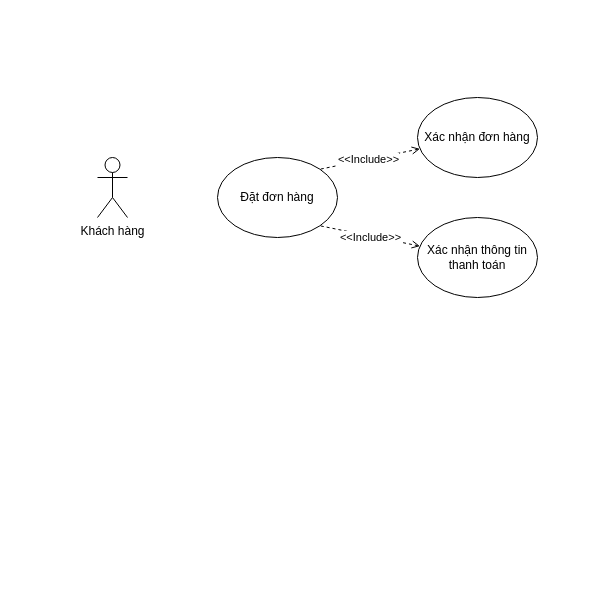
The draw.io diagram page "QuanLyDonHang" (3 of 10) of usecase.drawio in QuangHuy2201/FinalProject-Diagrams, before the edit. Source tidied: cells renumbered, new cells numbered last; positions are measured from the earlier drawing's top-left corner, leaving out a move shared by most shapes. Both pictures are drawn from the tidied source at 100%, with x=0, y=0 at pixel (97, 97).
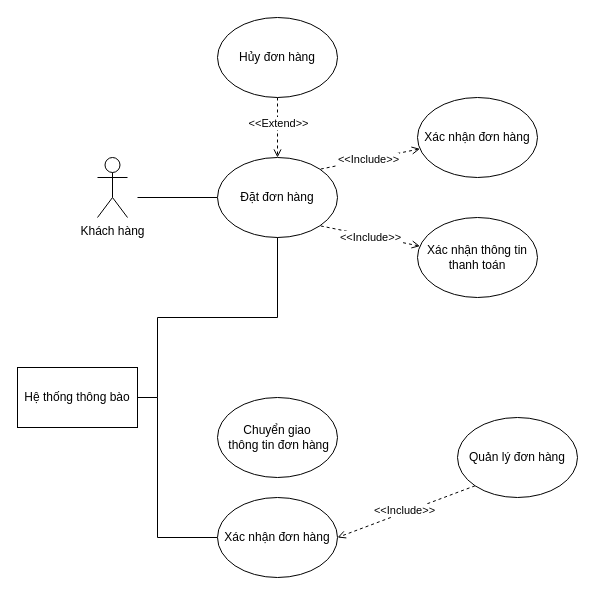
The same page after the edit.

Unchanged cells that the change refers to:
```xml
<mxCell id="3" value="Đặt đơn hàng" style="ellipse;whiteSpace=wrap;html=1;" parent="1" vertex="1">
  <mxGeometry x="120" y="60" width="120" height="80" as="geometry" />
</mxCell>
```

What changed in the source:
```diff
@@
+    <mxCell id="10" style="edgeStyle=orthogonalEdgeStyle;rounded=0;jettySize=auto;html=1;endArrow=none;endFill=0;" parent="1" edge="1" source="3">
+      <mxGeometry relative="1" as="geometry">
+        <mxPoint x="40" y="100" as="targetPoint" />
+      </mxGeometry>
+    </mxCell>
@@
+    <mxCell id="11" style="rounded=0;jettySize=auto;html=1;entryX=0.5;entryY=0;entryDx=0;entryDy=0;endArrow=open;endFill=0;dashed=1;" parent="1" edge="1" source="13" target="3">
+      <mxGeometry relative="1" as="geometry" />
+    </mxCell>
+    <mxCell id="12" value="&amp;lt;&amp;lt;Extend&amp;gt;&amp;gt;" style="edgeLabel;html=1;align=center;verticalAlign=middle;" parent="11" vertex="1">
+      <mxGeometry x="-0.17" relative="1" as="geometry" />
+    </mxCell>
+    <mxCell id="13" value="Hủy đơn hàng" style="ellipse;whiteSpace=wrap;html=1;" parent="1" vertex="1">
+      <mxGeometry x="120" y="-80" width="120" height="80" as="geometry" />
+    </mxCell>
+    <mxCell id="14" style="edgeStyle=orthogonalEdgeStyle;rounded=0;jettySize=auto;html=1;exitX=1;exitY=0.5;exitDx=0;exitDy=0;entryX=0.5;entryY=1;entryDx=0;entryDy=0;endArrow=none;endFill=0;" parent="1" edge="1" source="15" target="3">
+      <mxGeometry relative="1" as="geometry">
+        <Array as="points">
+          <mxPoint x="60" y="300" />
+          <mxPoint x="60" y="220" />
+          <mxPoint x="180" y="220" />
+        </Array>
+      </mxGeometry>
+    </mxCell>
+    <mxCell id="15" value="Hệ thống thông bào" style="rounded=0;whiteSpace=wrap;html=1;" parent="1" vertex="1">
+      <mxGeometry x="-80" y="270" width="120" height="60" as="geometry" />
+    </mxCell>
+    <mxCell id="16" style="edgeStyle=orthogonalEdgeStyle;rounded=0;jettySize=auto;html=1;endArrow=none;endFill=0;" parent="1" edge="1" source="17">
+      <mxGeometry relative="1" as="geometry">
+        <mxPoint x="60" y="300" as="targetPoint" />
+        <Array as="points">
+          <mxPoint x="60" y="440" />
+        </Array>
+      </mxGeometry>
+    </mxCell>
+    <mxCell id="17" value="Xác nhận đơn hàng" style="ellipse;whiteSpace=wrap;html=1;" parent="1" vertex="1">
+      <mxGeometry x="120" y="400" width="120" height="80" as="geometry" />
+    </mxCell>
+    <mxCell id="18" style="rounded=0;jettySize=auto;html=1;exitX=0;exitY=1;exitDx=0;exitDy=0;entryX=1;entryY=0.5;entryDx=0;entryDy=0;dashed=1;endArrow=open;endFill=0;startArrow=none;startFill=0;" parent="1" edge="1" source="20" target="17">
+      <mxGeometry relative="1" as="geometry" />
+    </mxCell>
+    <mxCell id="19" value="&amp;lt;&amp;lt;Include&amp;gt;&amp;gt;" style="edgeLabel;html=1;align=center;verticalAlign=middle;" parent="18" vertex="1">
+      <mxGeometry x="0.02" y="-2" relative="1" as="geometry" />
+    </mxCell>
+    <mxCell id="20" value="Quản lý đơn hàng" style="ellipse;whiteSpace=wrap;html=1;" parent="1" vertex="1">
+      <mxGeometry x="360" y="320" width="120" height="80" as="geometry" />
+    </mxCell>
+    <mxCell id="21" value="Chuyển giao&lt;div&gt;&amp;nbsp;thông tin đơn hàng&lt;/div&gt;" style="ellipse;whiteSpace=wrap;html=1;" parent="1" vertex="1">
+      <mxGeometry x="120" y="300" width="120" height="80" as="geometry" />
+    </mxCell>
```
